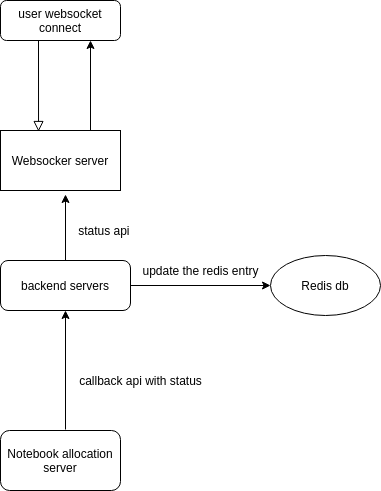
sunilmohanpuria1/git_assi keeps this draw.io diagram as flowDiagram.png. Above is the earlier version. Source tidied: cells renumbered, new cells last; positions are measured from the earlier drawing's top-left corner, leaving out a move shared by most shapes.
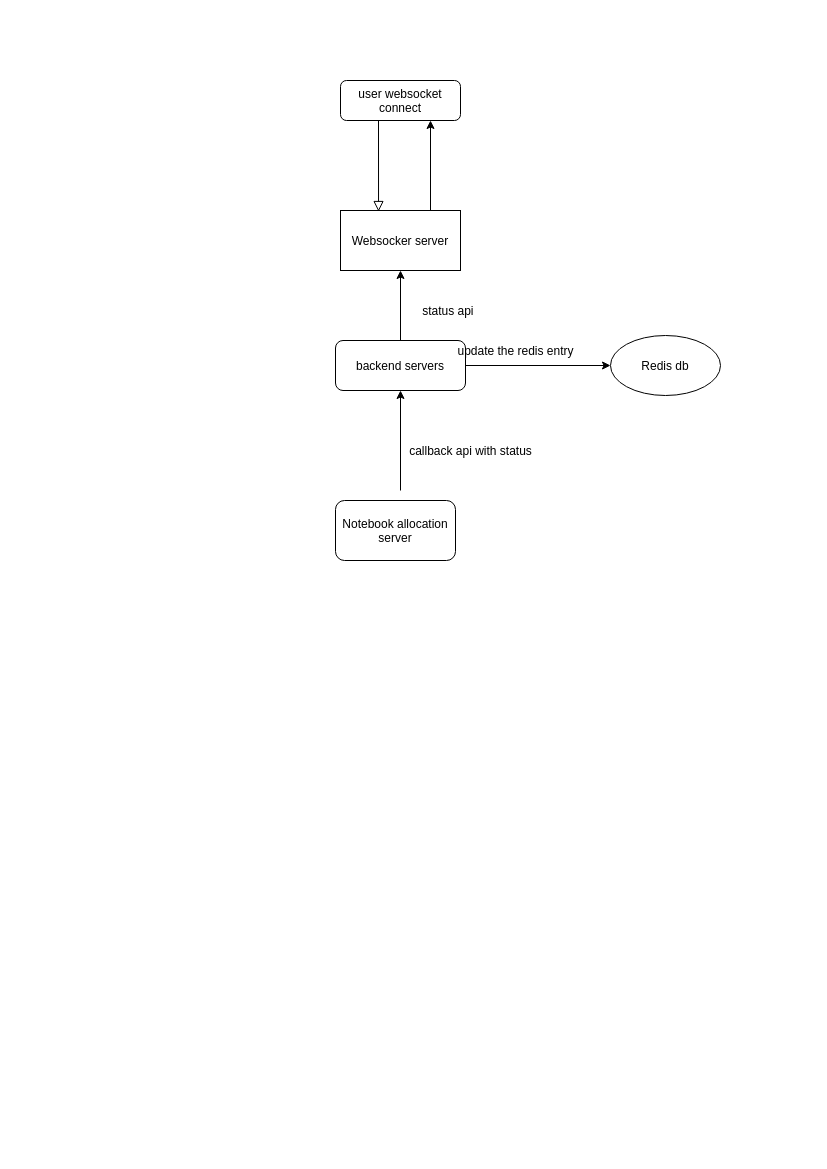
The same diagram one commit later.

Diff of the diagram source:
```diff
@@ -4,48 +4,46 @@
     <mxCell id="1" parent="0" />
     <mxCell id="2" style="rounded=0;html=1;jettySize=auto;fontSize=11;endArrow=block;endFill=0;endSize=8;strokeWidth=1;shadow=0;labelBackgroundColor=none;edgeStyle=orthogonalEdgeStyle;entryX=0.317;entryY=0.017;entryDx=0;entryDy=0;entryPerimeter=0;" parent="1" edge="1" target="7">
       <mxGeometry relative="1" as="geometry">
-        <mxPoint x="38" y="40" as="sourcePoint" />
+        <mxPoint x="218" y="40" as="sourcePoint" />
       </mxGeometry>
     </mxCell>
     <mxCell id="3" value="user websocket connect" style="rounded=1;whiteSpace=wrap;html=1;fontSize=12;glass=0;strokeWidth=1;shadow=0;" parent="1" vertex="1">
-      <mxGeometry width="120" height="40" as="geometry" />
+      <mxGeometry x="180" width="120" height="40" as="geometry" />
     </mxCell>
     <mxCell id="4" value="backend servers" style="rounded=1;whiteSpace=wrap;html=1;fontSize=12;glass=0;strokeWidth=1;shadow=0;" parent="1" vertex="1">
-      <mxGeometry y="260" width="130" height="50" as="geometry" />
+      <mxGeometry x="175" y="260" width="130" height="50" as="geometry" />
     </mxCell>
     <mxCell id="5" value="Notebook allocation server" style="rounded=1;whiteSpace=wrap;html=1;fontSize=12;glass=0;strokeWidth=1;shadow=0;" parent="1" vertex="1">
-      <mxGeometry y="430" width="120" height="60" as="geometry" />
+      <mxGeometry x="175" y="420" width="120" height="60" as="geometry" />
     </mxCell>
     <mxCell id="6" style="edgeStyle=orthogonalEdgeStyle;rounded=0;jettySize=auto;html=1;exitX=0.75;exitY=0;exitDx=0;exitDy=0;entryX=0.75;entryY=1;entryDx=0;entryDy=0;" parent="1" edge="1" source="7" target="3">
       <mxGeometry relative="1" as="geometry" />
     </mxCell>
     <mxCell id="7" value="Websocker server" style="whiteSpace=wrap;html=1;" parent="1" vertex="1">
-      <mxGeometry y="130" width="120" height="60" as="geometry" />
+      <mxGeometry x="180" y="130" width="120" height="60" as="geometry" />
     </mxCell>
     <mxCell id="8" value="Redis db" style="ellipse;whiteSpace=wrap;html=1;" parent="1" vertex="1">
-      <mxGeometry x="270" y="255" width="110" height="60" as="geometry" />
+      <mxGeometry x="450" y="255" width="110" height="60" as="geometry" />
     </mxCell>
     <mxCell id="9" style="endArrow=classic;html=1;entryX=0.5;entryY=1;entryDx=0;entryDy=0;" parent="1" edge="1" target="4">
       <mxGeometry relative="1" as="geometry">
-        <mxPoint x="65" y="429" as="sourcePoint" />
+        <mxPoint x="240" y="410" as="sourcePoint" />
       </mxGeometry>
     </mxCell>
     <mxCell id="10" value="callback api with status" style="text;html=1;align=center;verticalAlign=middle;" parent="1" vertex="1">
-      <mxGeometry x="70" y="370" width="140" height="20" as="geometry" />
+      <mxGeometry x="240" y="360" width="140" height="20" as="geometry" />
     </mxCell>
     <mxCell id="11" style="endArrow=classic;html=1;exitX=1;exitY=0.5;exitDx=0;exitDy=0;entryX=0;entryY=0.5;entryDx=0;entryDy=0;" parent="1" edge="1" source="4" target="8">
       <mxGeometry relative="1" as="geometry" />
     </mxCell>
     <mxCell id="12" value="update the redis entry" style="text;html=1;align=center;verticalAlign=middle;" parent="1" vertex="1">
-      <mxGeometry x="135" y="260" width="130" height="20" as="geometry" />
+      <mxGeometry x="290" y="260" width="130" height="20" as="geometry" />
     </mxCell>
-    <mxCell id="13" style="endArrow=classic;html=1;exitX=0.5;exitY=0;exitDx=0;exitDy=0;" parent="1" edge="1" source="4">
-      <mxGeometry relative="1" as="geometry">
-        <mxPoint x="65" y="194" as="targetPoint" />
-      </mxGeometry>
+    <mxCell id="13" style="endArrow=classic;html=1;exitX=0.5;exitY=0;exitDx=0;exitDy=0;entryX=0.5;entryY=1;entryDx=0;entryDy=0;" parent="1" edge="1" source="4" target="7">
+      <mxGeometry relative="1" as="geometry" />
     </mxCell>
     <mxCell id="14" value="status api&amp;nbsp;" style="text;html=1;align=center;verticalAlign=middle;" parent="1" vertex="1">
-      <mxGeometry x="70" y="220" width="70" height="20" as="geometry" />
+      <mxGeometry x="254" y="220" width="70" height="20" as="geometry" />
     </mxCell>
   </root>
 </mxGraphModel>
```
